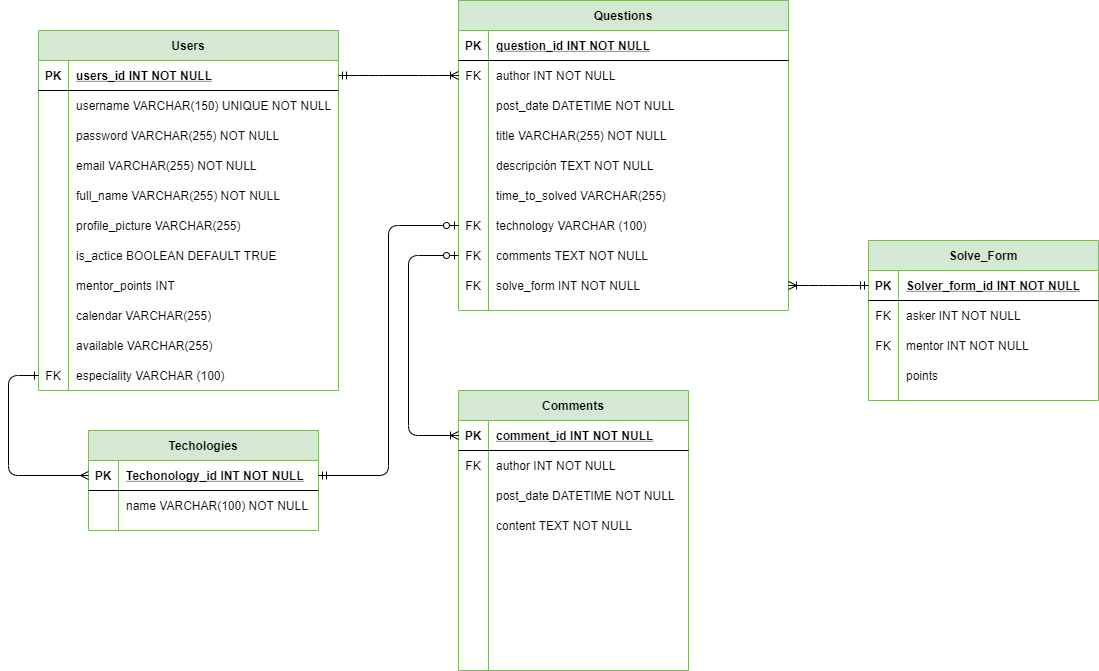
Above: ERM/psociety erm.png in P-Society-Hackaton-Platzi/hackaton-platzi-master-ERM (draw.io), before the change. Source tidied: cells renumbered, new cells last; positions are measured from the earlier drawing's top-left corner, leaving out a move shared by most shapes.
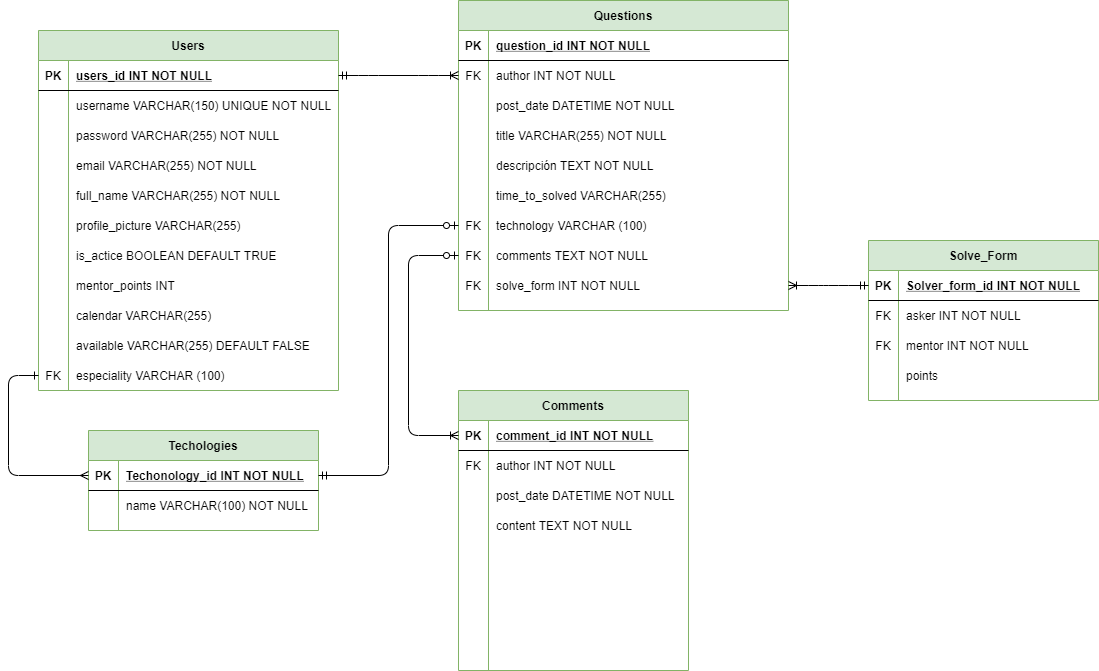
Later version of the same file.

What changed in the source:
```diff
@@ -92,7 +92,7 @@
     <mxCell id="31" style="shape=partialRectangle;fillColor=none;top=0;left=0;bottom=0;right=0;overflow=hidden;" parent="30" vertex="1">
       <mxGeometry width="30" height="30" as="geometry" />
     </mxCell>
-    <mxCell id="32" value="available VARCHAR(255)" style="shape=partialRectangle;fillColor=none;top=0;left=0;bottom=0;right=0;align=left;spacingLeft=6;overflow=hidden;" parent="30" vertex="1">
+    <mxCell id="32" value="available VARCHAR(255) DEFAULT FALSE" style="shape=partialRectangle;fillColor=none;top=0;left=0;bottom=0;right=0;align=left;spacingLeft=6;overflow=hidden;" parent="30" vertex="1">
       <mxGeometry x="30" width="270" height="30" as="geometry" />
     </mxCell>
     <mxCell id="33" style="shape=partialRectangle;fillColor=none;top=0;left=0;bottom=0;right=0;points=[[0,0.5],[1,0.5]];portConstraint=eastwest;" parent="2" vertex="1">
```
